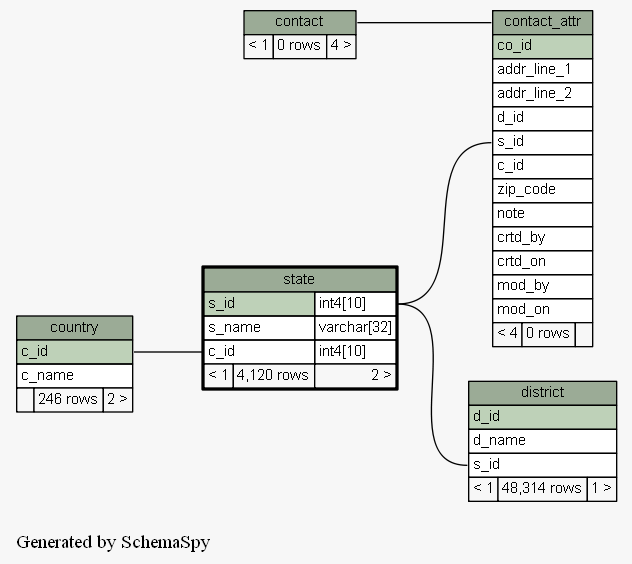
Earlier version of the Graphviz export docs/database/schemaspy/graphs/state.2degrees.png (engineerscraft/salesforce). Its source is kept beside it as docs/database/schemaspy/graphs/state.2degrees.dot. The source it was exported from:
```dot
digraph "twoDegreesRelationshipsGraph" {
  graph [
    rankdir="RL"
    bgcolor="#f7f7f7"
    label="\nGenerated by SchemaSpy"
    labeljust="l"
  ];
  node [
    fontname="Helvetica"
    fontsize="11"
    shape="plaintext"
  ];
  edge [
    arrowsize="0.8"
  ];
  "contact_attr":"contact_attr.heading":w -> "contact":"contact.heading":e [arrowtail=tee arrowhead=none];
  "contact_attr":"s_id":w -> "state":"s_id.type":e [arrowtail=crowodot arrowhead=none];
  "district":"s_id":w -> "state":"s_id.type":e [arrowtail=crowtee arrowhead=none];
  "state":"c_id":w -> "country":"c_id":e [arrowtail=crowtee arrowhead=none];
  "contact" [
    label=<
    <TABLE BORDER="0" CELLBORDER="1" CELLSPACING="0" BGCOLOR="#ffffff">
      <TR><TD PORT="contact.heading" COLSPAN="3" BGCOLOR="#9bab96" ALIGN="CENTER">contact</TD></TR>
      <TR><TD ALIGN="LEFT" BGCOLOR="#f7f7f7">&lt; 1</TD><TD ALIGN="RIGHT" BGCOLOR="#f7f7f7">0 rows</TD><TD ALIGN="RIGHT" BGCOLOR="#f7f7f7">4 &gt;</TD></TR>
    </TABLE>>
    URL="contact.html#graph"
    tooltip="contact"
  ];
  "contact_attr" [
    label=<
    <TABLE BORDER="0" CELLBORDER="1" CELLSPACING="0" BGCOLOR="#ffffff">
      <TR><TD PORT="contact_attr.heading" COLSPAN="3" BGCOLOR="#9bab96" ALIGN="CENTER">contact_attr</TD></TR>
      <TR><TD PORT="co_id" COLSPAN="3" BGCOLOR="#bed1b8" ALIGN="LEFT">co_id</TD></TR>
      <TR><TD PORT="addr_line_1" COLSPAN="3" ALIGN="LEFT">addr_line_1</TD></TR>
      <TR><TD PORT="addr_line_2" COLSPAN="3" ALIGN="LEFT">addr_line_2</TD></TR>
      <TR><TD PORT="d_id" COLSPAN="3" ALIGN="LEFT">d_id</TD></TR>
      <TR><TD PORT="s_id" COLSPAN="3" ALIGN="LEFT">s_id</TD></TR>
      <TR><TD PORT="c_id" COLSPAN="3" ALIGN="LEFT">c_id</TD></TR>
      <TR><TD PORT="zip_code" COLSPAN="3" ALIGN="LEFT">zip_code</TD></TR>
      <TR><TD PORT="note" COLSPAN="3" ALIGN="LEFT">note</TD></TR>
      <TR><TD PORT="crtd_by" COLSPAN="3" ALIGN="LEFT">crtd_by</TD></TR>
      <TR><TD PORT="crtd_on" COLSPAN="3" ALIGN="LEFT">crtd_on</TD></TR>
      <TR><TD PORT="mod_by" COLSPAN="3" ALIGN="LEFT">mod_by</TD></TR>
      <TR><TD PORT="mod_on" COLSPAN="3" ALIGN="LEFT">mod_on</TD></TR>
      <TR><TD ALIGN="LEFT" BGCOLOR="#f7f7f7">&lt; 4</TD><TD ALIGN="RIGHT" BGCOLOR="#f7f7f7">0 rows</TD><TD ALIGN="RIGHT" BGCOLOR="#f7f7f7">  </TD></TR>
    </TABLE>>
    URL="contact_attr.html#graph"
    tooltip="contact_attr"
  ];
  "country" [
    label=<
    <TABLE BORDER="0" CELLBORDER="1" CELLSPACING="0" BGCOLOR="#ffffff">
      <TR><TD PORT="country.heading" COLSPAN="3" BGCOLOR="#9bab96" ALIGN="CENTER">country</TD></TR>
      <TR><TD PORT="c_id" COLSPAN="3" BGCOLOR="#bed1b8" ALIGN="LEFT">c_id</TD></TR>
      <TR><TD PORT="c_name" COLSPAN="3" ALIGN="LEFT">c_name</TD></TR>
      <TR><TD ALIGN="LEFT" BGCOLOR="#f7f7f7">  </TD><TD ALIGN="RIGHT" BGCOLOR="#f7f7f7">246 rows</TD><TD ALIGN="RIGHT" BGCOLOR="#f7f7f7">2 &gt;</TD></TR>
    </TABLE>>
    URL="country.html#graph"
    tooltip="country"
  ];
  "district" [
    label=<
    <TABLE BORDER="0" CELLBORDER="1" CELLSPACING="0" BGCOLOR="#ffffff">
      <TR><TD PORT="district.heading" COLSPAN="3" BGCOLOR="#9bab96" ALIGN="CENTER">district</TD></TR>
      <TR><TD PORT="d_id" COLSPAN="3" BGCOLOR="#bed1b8" ALIGN="LEFT">d_id</TD></TR>
      <TR><TD PORT="d_name" COLSPAN="3" ALIGN="LEFT">d_name</TD></TR>
      <TR><TD PORT="s_id" COLSPAN="3" ALIGN="LEFT">s_id</TD></TR>
      <TR><TD ALIGN="LEFT" BGCOLOR="#f7f7f7">&lt; 1</TD><TD ALIGN="RIGHT" BGCOLOR="#f7f7f7">48,314 rows</TD><TD ALIGN="RIGHT" BGCOLOR="#f7f7f7">1 &gt;</TD></TR>
    </TABLE>>
    URL="district.html#graph"
    tooltip="district"
  ];
  "state" [
    label=<
    <TABLE BORDER="2" CELLBORDER="1" CELLSPACING="0" BGCOLOR="#ffffff">
      <TR><TD PORT="state.heading" COLSPAN="3" BGCOLOR="#9bab96" ALIGN="CENTER">state</TD></TR>
      <TR><TD PORT="s_id" COLSPAN="2" BGCOLOR="#bed1b8" ALIGN="LEFT">s_id</TD><TD PORT="s_id.type" ALIGN="LEFT">int4[10]</TD></TR>
      <TR><TD PORT="s_name" COLSPAN="2" ALIGN="LEFT">s_name</TD><TD PORT="s_name.type" ALIGN="LEFT">varchar[32]</TD></TR>
      <TR><TD PORT="c_id" COLSPAN="2" ALIGN="LEFT">c_id</TD><TD PORT="c_id.type" ALIGN="LEFT">int4[10]</TD></TR>
      <TR><TD ALIGN="LEFT" BGCOLOR="#f7f7f7">&lt; 1</TD><TD ALIGN="RIGHT" BGCOLOR="#f7f7f7">4,120 rows</TD><TD ALIGN="RIGHT" BGCOLOR="#f7f7f7">2 &gt;</TD></TR>
    </TABLE>>
    URL="state.html#"
    tooltip="state"
  ];
}
```
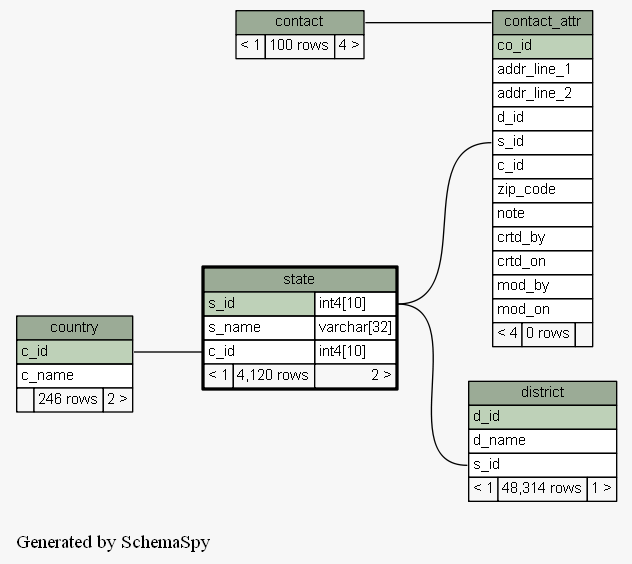
The same file after the commit.

Diff of the diagram source:
```diff
@@ -21,7 +21,7 @@
     label=<
     <TABLE BORDER="0" CELLBORDER="1" CELLSPACING="0" BGCOLOR="#ffffff">
       <TR><TD PORT="contact.heading" COLSPAN="3" BGCOLOR="#9bab96" ALIGN="CENTER">contact</TD></TR>
-      <TR><TD ALIGN="LEFT" BGCOLOR="#f7f7f7">&lt; 1</TD><TD ALIGN="RIGHT" BGCOLOR="#f7f7f7">0 rows</TD><TD ALIGN="RIGHT" BGCOLOR="#f7f7f7">4 &gt;</TD></TR>
+      <TR><TD ALIGN="LEFT" BGCOLOR="#f7f7f7">&lt; 1</TD><TD ALIGN="RIGHT" BGCOLOR="#f7f7f7">100 rows</TD><TD ALIGN="RIGHT" BGCOLOR="#f7f7f7">4 &gt;</TD></TR>
     </TABLE>>
     URL="contact.html#graph"
     tooltip="contact"
```
